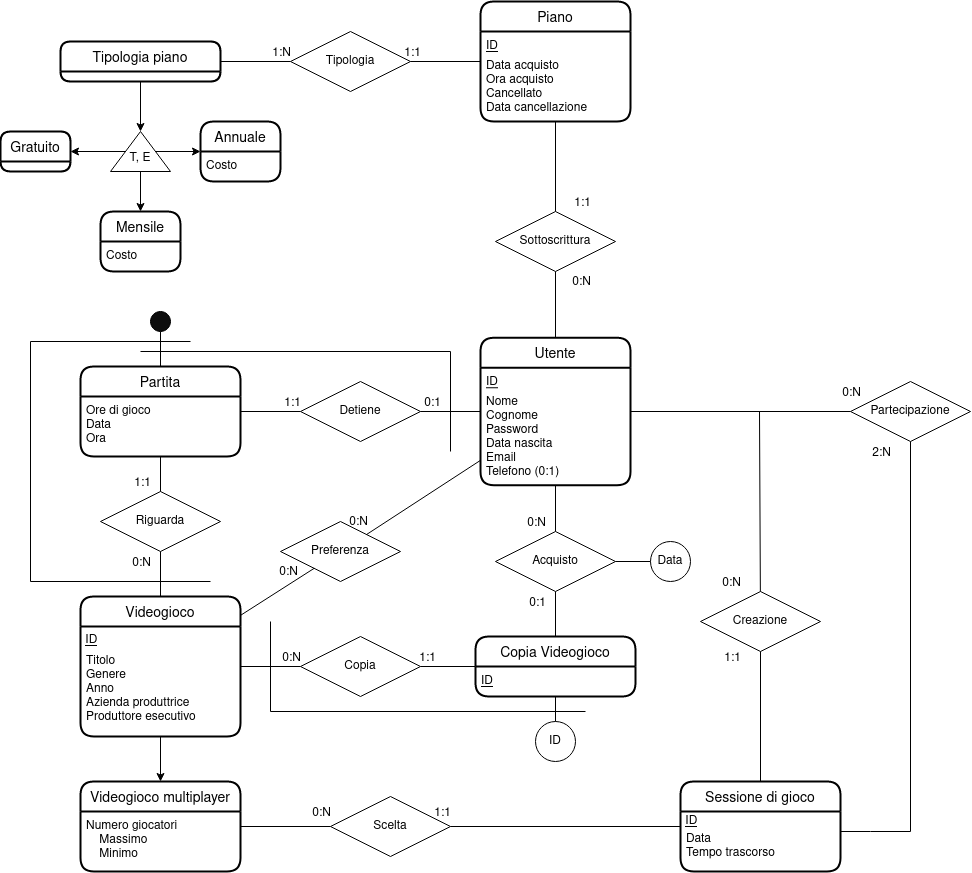
Before: other/er_full.png, a diagram exported from draw.io (chrg127/db-online-console). Source tidied: cells renumbered, new cells last; positions are measured from the earlier drawing's top-left corner, leaving out a move shared by most shapes.
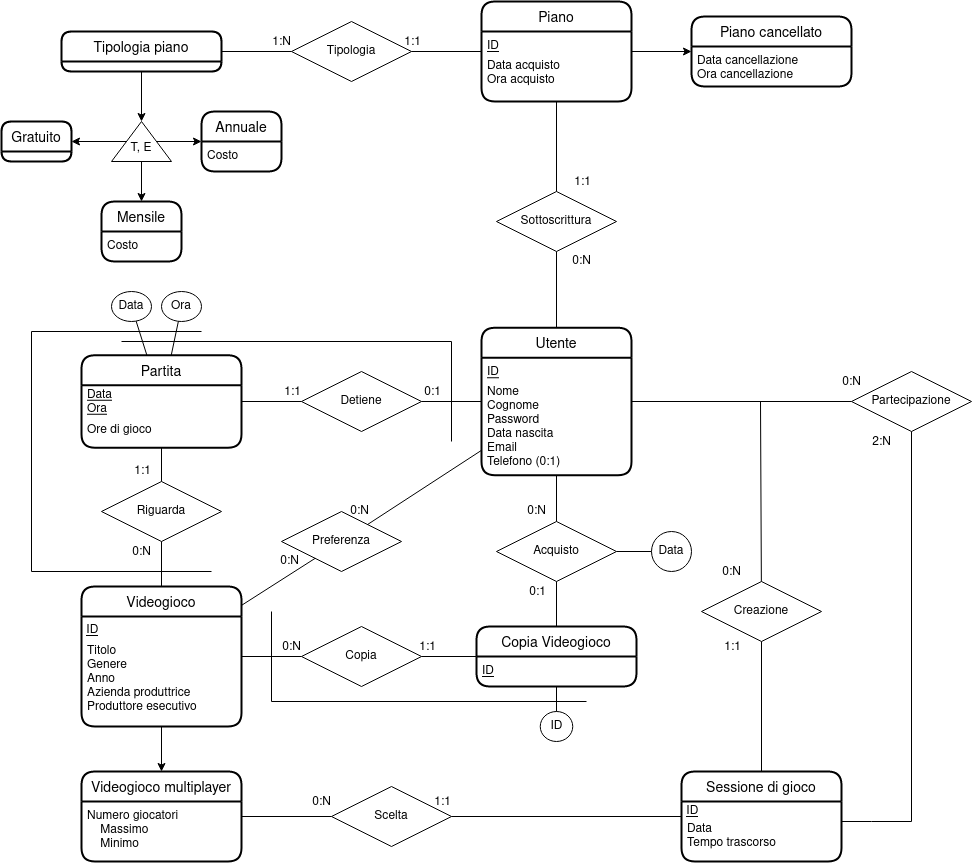
The same diagram one commit later.

Diff of the diagram source:
```diff
@@ -36,11 +36,14 @@
     <mxCell id="11" value="Data&#10;Tempo trascorso&#10;" style="align=left;strokeColor=none;fillColor=none;spacingLeft=4;fontSize=12;verticalAlign=middle;fontStyle=0;" parent="9" vertex="1">
       <mxGeometry y="50" width="160" height="40" as="geometry" />
     </mxCell>
-    <mxCell id="12" value="Partita" style="swimlane;horizontal=1;startSize=30;rounded=1;fontSize=14;fontStyle=0;strokeWidth=2;shadow=0;dashed=0;align=center;" parent="1" vertex="1">
-      <mxGeometry x="80" y="365" width="160" height="90" as="geometry" />
+    <mxCell id="12" value="Partita" style="swimlane;horizontal=1;startSize=30;rounded=1;fontSize=14;fontStyle=0;strokeWidth=2;shadow=0;dashed=0;align=center;verticalAlign=middle;" parent="1" vertex="1">
+      <mxGeometry x="80" y="363.8" width="160" height="92.5" as="geometry" />
     </mxCell>
+    <mxCell id="96" value="Data&#10;Ora" style="text;strokeColor=none;fillColor=none;align=left;verticalAlign=middle;rounded=0;fontStyle=4;spacingLeft=4;" parent="12" vertex="1">
+      <mxGeometry y="30" width="160" height="30" as="geometry" />
+    </mxCell>
-    <mxCell id="13" value="Ore di gioco&#10;Data&#10;Ora&#10;&#10;" style="align=left;strokeColor=none;fillColor=none;spacingLeft=4;fontSize=12;verticalAlign=top;" parent="12" vertex="1">
-      <mxGeometry y="30" width="160" height="60" as="geometry" />
+    <mxCell id="13" value="Ore di gioco" style="align=left;strokeColor=none;fillColor=none;spacingLeft=4;fontSize=12;verticalAlign=top;fontStyle=0;" parent="12" vertex="1">
+      <mxGeometry y="60" width="160" height="32.5" as="geometry" />
     </mxCell>
     <mxCell id="14" value="Videogioco" style="swimlane;horizontal=1;startSize=30;rounded=1;fontSize=14;fontStyle=0;strokeWidth=2;shadow=0;dashed=0;align=center;" parent="1" vertex="1">
       <mxGeometry x="80" y="595" width="160" height="140" as="geometry" />
@@ -61,7 +64,7 @@
       <mxGeometry relative="1" as="geometry" />
     </mxCell>
     <mxCell id="20" value="Sottoscrittura" style="shape=rhombus;perimeter=rhombusPerimeter;whiteSpace=wrap;html=1;align=center;" parent="1" vertex="1">
-      <mxGeometry x="495" y="210" width="120" height="60" as="geometry" />
+      <mxGeometry x="495" y="200" width="120" height="60" as="geometry" />
     </mxCell>
     <mxCell id="21" style="endArrow=none;html=1;rounded=0;" parent="1" edge="1" source="6" target="20">
       <mxGeometry relative="1" as="geometry" />
@@ -173,7 +176,7 @@
     </mxCell>
     <mxCell id="50" style="endArrow=none;html=1;rounded=0;" parent="1" edge="1">
       <mxGeometry relative="1" as="geometry">
-        <mxPoint x="140" y="350" as="sourcePoint" />
+        <mxPoint x="120" y="350" as="sourcePoint" />
         <mxPoint x="450" y="350" as="targetPoint" />
       </mxGeometry>
     </mxCell>
@@ -189,9 +192,6 @@
         <mxPoint x="30" y="340" as="targetPoint" />
       </mxGeometry>
     </mxCell>
-    <mxCell id="53" style="endArrow=none;html=1;rounded=0;exitX=0.5;exitY=1;exitDx=0;exitDy=0;" parent="1" edge="1" source="57" target="12">
-      <mxGeometry relative="1" as="geometry" />
-    </mxCell>
     <mxCell id="54" style="endArrow=none;html=1;rounded=0;" parent="1" edge="1">
       <mxGeometry relative="1" as="geometry">
         <mxPoint x="270" y="620" as="sourcePoint" />
@@ -205,10 +205,10 @@
       </mxGeometry>
     </mxCell>
     <mxCell id="56" value="ID" style="ellipse;whiteSpace=wrap;html=1;align=center;labelBackgroundColor=#ffffff;fillColor=none;" parent="1" vertex="1">
-      <mxGeometry x="535" y="720" width="40" height="40" as="geometry" />
+      <mxGeometry x="538.8" y="720" width="32.5" height="30" as="geometry" />
     </mxCell>
-    <mxCell id="57" value="&lt;div&gt;&lt;br&gt;&lt;/div&gt;&lt;div&gt;&lt;br&gt;&lt;/div&gt;" style="ellipse;whiteSpace=wrap;html=1;align=center;labelBackgroundColor=#ffffff;fillColor=#0D0D0D;" parent="1" vertex="1">
-      <mxGeometry x="150" y="310" width="20" height="20" as="geometry" />
+    <mxCell id="57" value="Data" style="ellipse;whiteSpace=wrap;html=1;align=center;labelBackgroundColor=none;fillColor=none;" parent="1" vertex="1">
+      <mxGeometry x="110" y="300" width="40" height="30" as="geometry" />
     </mxCell>
     <mxCell id="58" value="Annuale" style="swimlane;horizontal=1;startSize=30;rounded=1;fontSize=14;fontStyle=0;strokeWidth=2;shadow=0;dashed=0;align=center;" parent="1" vertex="1">
       <mxGeometry x="200" y="120" width="80" height="60" as="geometry" />
@@ -287,7 +287,7 @@
     <mxCell id="77" style="endArrow=none;html=1;rounded=0;" parent="1" edge="1">
       <mxGeometry relative="1" as="geometry">
         <mxPoint x="30" y="340" as="sourcePoint" />
-        <mxPoint x="190" y="340" as="targetPoint" />
+        <mxPoint x="200" y="340" as="targetPoint" />
       </mxGeometry>
     </mxCell>
     <mxCell id="78" value="Preferenza" style="shape=rhombus;perimeter=rhombusPerimeter;whiteSpace=wrap;html=1;align=center;" parent="1" vertex="1">
@@ -343,14 +343,32 @@
     <mxCell id="92" value="Costo" style="align=left;strokeColor=none;fillColor=none;spacingLeft=4;fontSize=12;verticalAlign=top;" parent="91" vertex="1">
       <mxGeometry y="30" width="80" height="30" as="geometry" />
     </mxCell>
+    <mxCell id="97" style="edgeStyle=orthogonalEdgeStyle;curved=0;rounded=1;sketch=0;jettySize=auto;html=1;" parent="1" edge="1" source="93" target="98">
+      <mxGeometry relative="1" as="geometry" />
+    </mxCell>
     <mxCell id="93" value="Piano" style="swimlane;horizontal=1;startSize=30;rounded=1;fontSize=14;fontStyle=0;strokeWidth=2;shadow=0;dashed=0;align=center;" parent="1" vertex="1">
-      <mxGeometry x="480" width="150" height="120" as="geometry" />
+      <mxGeometry x="480" y="10" width="150" height="100" as="geometry" />
     </mxCell>
     <mxCell id="94" value="ID" style="text;strokeColor=none;fillColor=none;spacingLeft=4;spacingRight=4;overflow=hidden;fontSize=12;labelBackgroundColor=#ffffff;align=left;html=0;fontStyle=4;" parent="93" vertex="1">
       <mxGeometry y="30" width="150" height="20" as="geometry" />
     </mxCell>
-    <mxCell id="95" value="Data acquisto&#10;Ora acquisto&#10;Cancellato&#10;Data cancellazione&#10;" style="align=left;strokeColor=none;fillColor=none;spacingLeft=4;fontSize=12;verticalAlign=top;" parent="93" vertex="1">
-      <mxGeometry y="50" width="150" height="70" as="geometry" />
+    <mxCell id="95" value="Data acquisto&#10;Ora acquisto&#10;" style="align=left;strokeColor=none;fillColor=none;spacingLeft=4;fontSize=12;verticalAlign=top;" parent="93" vertex="1">
+      <mxGeometry y="50" width="150" height="50" as="geometry" />
     </mxCell>
+    <mxCell id="98" value="Piano cancellato" style="swimlane;horizontal=1;startSize=30;rounded=1;fontSize=14;fontStyle=0;strokeWidth=2;shadow=0;dashed=0;align=center;sketch=0;" parent="1" vertex="1">
+      <mxGeometry x="690" y="25" width="160" height="70" as="geometry" />
+    </mxCell>
+    <mxCell id="99" value="Data cancellazione&#10;Ora cancellazione&#10;" style="align=left;strokeColor=none;fillColor=none;spacingLeft=4;fontSize=12;verticalAlign=top;" parent="98" vertex="1">
+      <mxGeometry y="30" width="160" height="40" as="geometry" />
+    </mxCell>
+    <mxCell id="100" value="Ora" style="ellipse;whiteSpace=wrap;html=1;align=center;labelBackgroundColor=none;fillColor=none;" parent="1" vertex="1">
+      <mxGeometry x="160" y="300" width="40" height="30" as="geometry" />
+    </mxCell>
+    <mxCell id="101" style="endArrow=none;html=1;fontColor=#000000;" parent="1" edge="1" source="12" target="57">
+      <mxGeometry relative="1" as="geometry" />
+    </mxCell>
+    <mxCell id="102" style="endArrow=none;html=1;fontColor=#000000;" parent="1" edge="1" source="12" target="100">
+      <mxGeometry relative="1" as="geometry" />
+    </mxCell>
   </root>
 </mxGraphModel>
```
